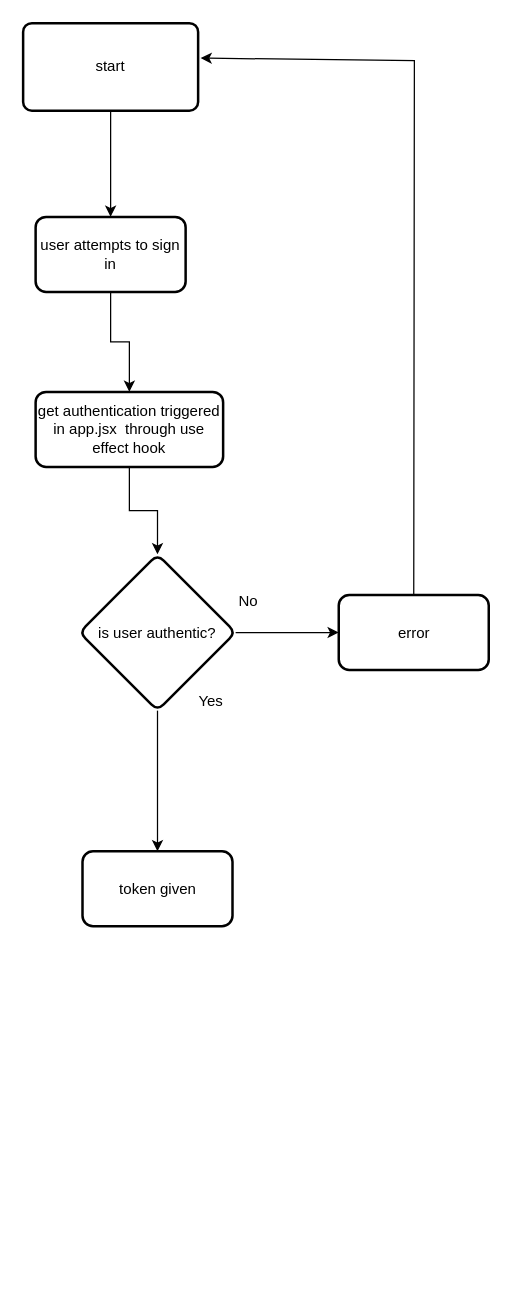
Above: Untitled Diagram.drawio in DavidUmunna/procurement_api (draw.io), before the change. Source tidied: cells renumbered, new cells numbered last; positions are measured from the earlier drawing's top-left corner, leaving out a move shared by most shapes. Both pictures are drawn from the tidied source at 125%, with x=0, y=0 at pixel (22, 22).
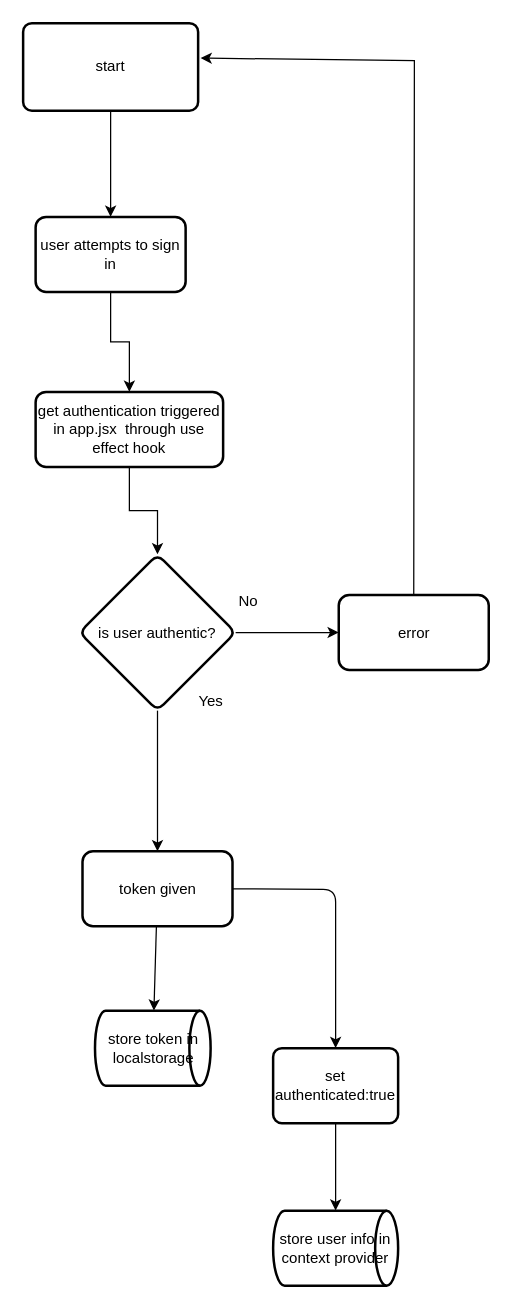
Above is the later version.

The change refers to these unchanged cells:
```xml
<mxCell id="15" value="token given" style="whiteSpace=wrap;html=1;rounded=1;arcSize=14;strokeWidth=2;" parent="1" vertex="1">
  <mxGeometry x="47.5" y="662.5" width="120" height="60" as="geometry" />
</mxCell>
```

The edit, as a diff of the source:
```diff
@@
+    <mxCell id="16" style="edgeStyle=none;html=1;" parent="1" edge="1" source="15" target="17">
+      <mxGeometry relative="1" as="geometry" />
+    </mxCell>
@@
+    <mxCell id="17" value="store token in localstorage" style="strokeWidth=2;html=1;shape=mxgraph.flowchart.direct_data;whiteSpace=wrap;" parent="1" vertex="1">
+      <mxGeometry x="57.5" y="790" width="92.5" height="60" as="geometry" />
+    </mxCell>
+    <mxCell id="18" style="edgeStyle=none;html=1;" parent="1" edge="1" source="19" target="21">
+      <mxGeometry relative="1" as="geometry" />
+    </mxCell>
+    <mxCell id="19" value="set authenticated:true" style="rounded=1;whiteSpace=wrap;html=1;absoluteArcSize=1;arcSize=14;strokeWidth=2;" parent="1" vertex="1">
+      <mxGeometry x="200" y="820" width="100" height="60" as="geometry" />
+    </mxCell>
+    <mxCell id="20" style="endArrow=classic;html=1;exitX=1;exitY=0.5;exitDx=0;exitDy=0;entryX=0.5;entryY=0;entryDx=0;entryDy=0;" parent="1" edge="1" source="15" target="19">
+      <mxGeometry relative="1" as="geometry">
+        <Array as="points">
+          <mxPoint x="250" y="693" />
+        </Array>
+      </mxGeometry>
+    </mxCell>
+    <mxCell id="21" value="store user info in context provider" style="strokeWidth=2;html=1;shape=mxgraph.flowchart.direct_data;whiteSpace=wrap;" parent="1" vertex="1">
+      <mxGeometry x="200" y="950" width="100" height="60" as="geometry" />
+    </mxCell>
```
